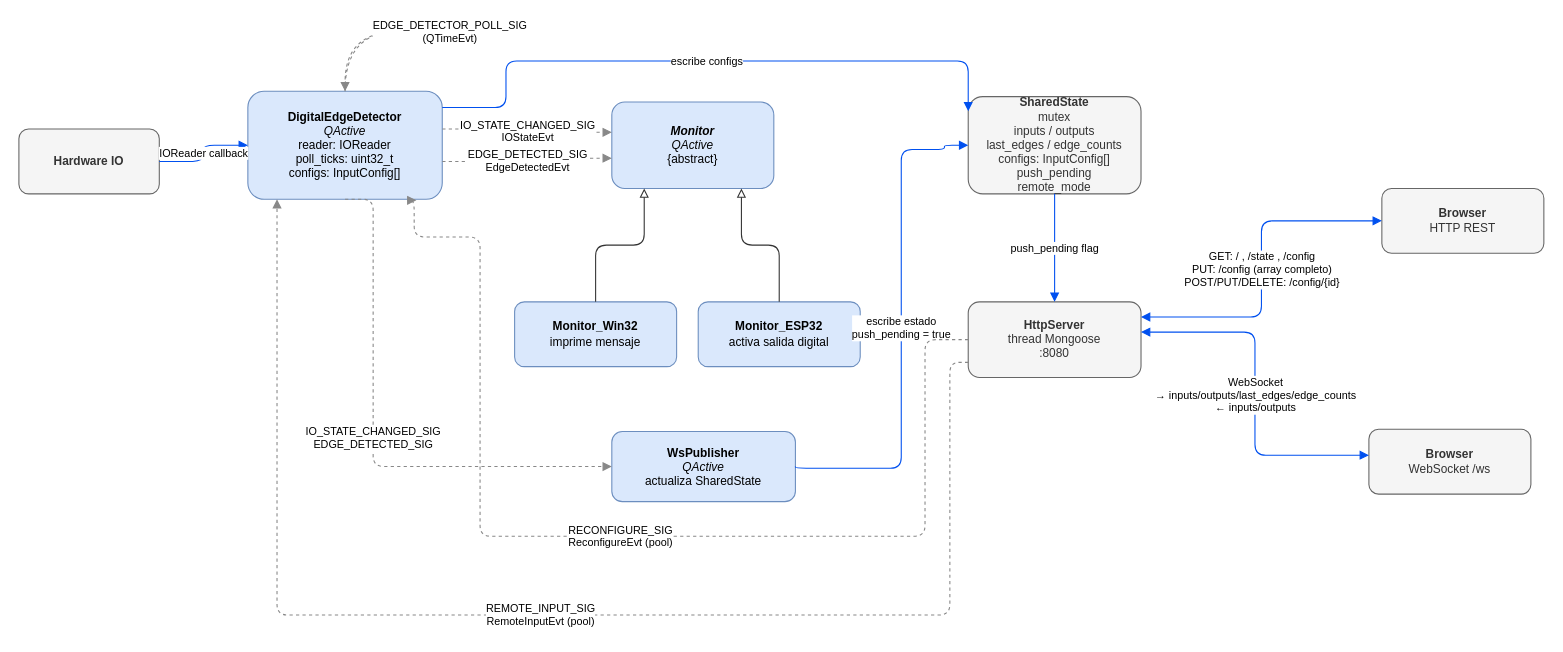
peperono/digital_inputs_detector keeps this draw.io diagram as docs/sistema.drawio. Above is the earlier version. Source tidied: cells renumbered, new cells numbered last; positions are measured from the earlier drawing's top-left corner, leaving out a move shared by most shapes. Both pictures are drawn from the tidied source at 108%, with x=0, y=0 at pixel (18, 31).
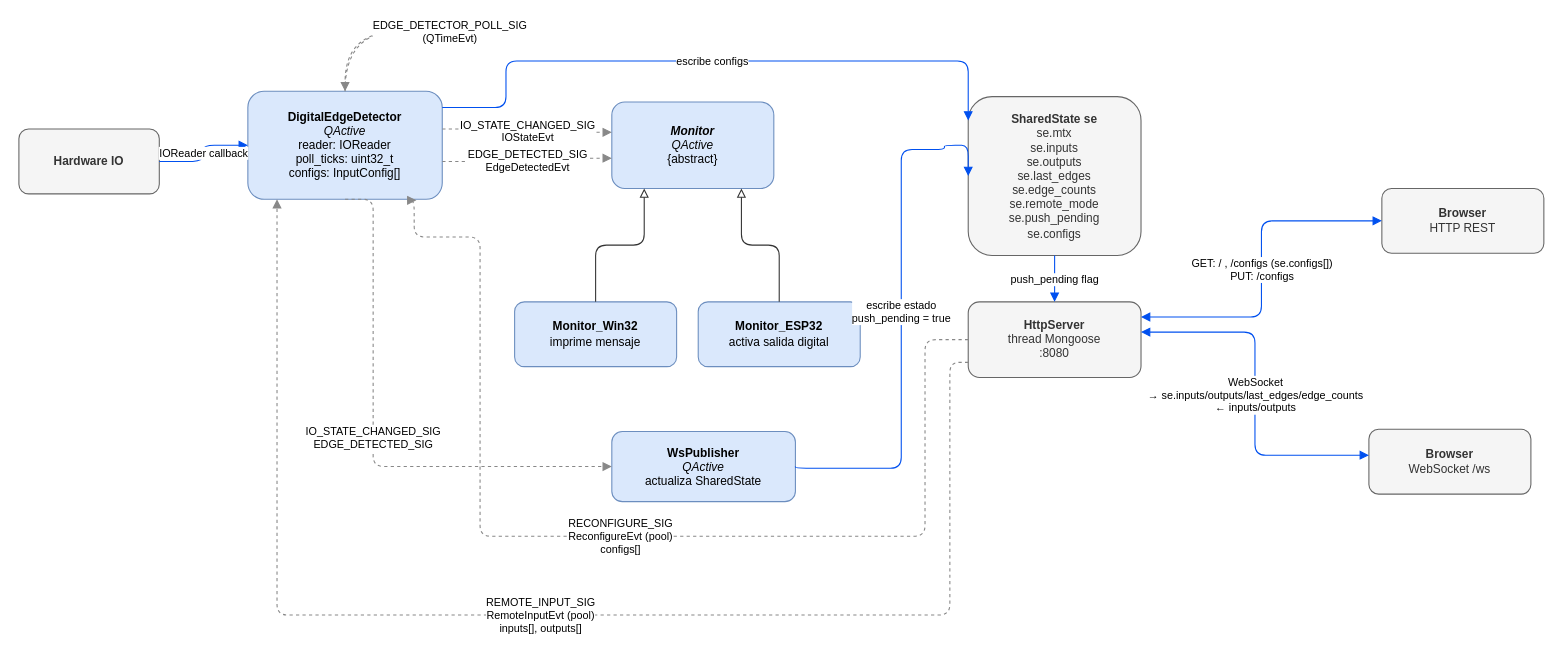
Above is the later version.

Commit message (it also covers changes not shown here):
Renombrar g_state→se, endpoints /config→/configs, actualitzar diagrama

Unchanged cells that the change refers to:
```xml
<mxCell id="3" value="&lt;b&gt;DigitalEdgeDetector&lt;/b&gt;&lt;div&gt;&lt;i&gt;QActive&lt;/i&gt;&lt;/div&gt;&lt;div&gt;reader: IOReader&lt;/div&gt;&lt;div&gt;poll_ticks: uint32_t&lt;/div&gt;&lt;div&gt;configs: InputConfig[]&lt;/div&gt;" style="rounded=1;whiteSpace=wrap;html=1;fillColor=#dae8fc;strokeColor=#6c8ebf;fontSize=11;" parent="1" vertex="1">
  <mxGeometry x="212" y="55" width="180" height="100" as="geometry" />
</mxCell>
<mxCell id="17" value="&lt;b&gt;HttpServer&lt;/b&gt;&lt;div&gt;thread Mongoose&lt;/div&gt;&lt;div&gt;:8080&lt;/div&gt;" style="rounded=1;whiteSpace=wrap;html=1;fillColor=#f5f5f5;strokeColor=#666666;fontColor=#333333;fontSize=11;" parent="1" vertex="1">
  <mxGeometry x="879" y="250" width="160" height="70" as="geometry" />
</mxCell>
<mxCell id="18" value="&lt;b&gt;Browser&lt;/b&gt;&lt;div&gt;WebSocket /ws&lt;/div&gt;" style="rounded=1;whiteSpace=wrap;html=1;fillColor=#f5f5f5;strokeColor=#666666;fontColor=#333333;fontSize=11;" parent="1" vertex="1">
  <mxGeometry x="1250" y="368" width="150" height="60" as="geometry" />
</mxCell>
<mxCell id="19" value="&lt;b&gt;Browser&lt;/b&gt;&lt;div&gt;HTTP REST&lt;/div&gt;" style="rounded=1;whiteSpace=wrap;html=1;fillColor=#f5f5f5;strokeColor=#666666;fontColor=#333333;fontSize=11;" parent="1" vertex="1">
  <mxGeometry x="1262" y="145" width="150" height="60" as="geometry" />
</mxCell>
```

Diff of the diagram source:
```diff
@@
-    <mxCell id="15" value="&lt;b&gt;SharedState&lt;/b&gt;&lt;div&gt;mutex&lt;/div&gt;&lt;div&gt;inputs / outputs&lt;/div&gt;&lt;div&gt;last_edges / edge_counts&lt;/div&gt;&lt;div&gt;configs: InputConfig[]&lt;/div&gt;&lt;div&gt;push_pending&lt;/div&gt;&lt;div&gt;remote_mode&lt;/div&gt;" style="rounded=1;whiteSpace=wrap;html=1;fillColor=#f5f5f5;strokeColor=#666666;fontColor=#333333;fontSize=11;" parent="1" vertex="1">
-      <mxGeometry x="879" y="60" width="160" height="90" as="geometry" />
+    <mxCell id="15" value="&lt;b&gt;SharedState se&lt;/b&gt;&lt;div&gt;se.mtx&lt;/div&gt;&lt;div&gt;se.inputs&lt;/div&gt;&lt;div&gt;se.outputs&lt;/div&gt;&lt;div&gt;se.last_edges&lt;/div&gt;&lt;div&gt;se.edge_counts&lt;/div&gt;&lt;div&gt;se.remote_mode&lt;/div&gt;&lt;div&gt;se.push_pending&lt;/div&gt;&lt;div&gt;se.configs&lt;/div&gt;" style="rounded=1;whiteSpace=wrap;html=1;fillColor=#f5f5f5;strokeColor=#666666;fontColor=#333333;fontSize=11;" parent="1" vertex="1">
+      <mxGeometry x="879" y="60" width="160" height="147" as="geometry" />
     </mxCell>
@@
-    <mxCell id="21" value="WebSocket&lt;div&gt;→ inputs/outputs/last_edges/edge_counts&lt;/div&gt;&lt;div&gt;← inputs/outputs&lt;/div&gt;" style="edgeStyle=orthogonalEdgeStyle;html=1;fontSize=10;strokeColor=#0050ef;startArrow=block;startFill=1;endArrow=block;endFill=1;exitX=1;exitY=0.4;exitDx=0;exitDy=0;entryX=0;entryY=0.4;entryDx=0;entryDy=0;" parent="1" edge="1" source="17" target="18">
+    <mxCell id="21" value="WebSocket&lt;div&gt;→ se.inputs/outputs/last_edges/edge_counts&lt;/div&gt;&lt;div&gt;← inputs/outputs&lt;/div&gt;" style="edgeStyle=orthogonalEdgeStyle;html=1;fontSize=10;strokeColor=#0050ef;startArrow=block;startFill=1;endArrow=block;endFill=1;exitX=1;exitY=0.4;exitDx=0;exitDy=0;entryX=0;entryY=0.4;entryDx=0;entryDy=0;" parent="1" edge="1" source="17" target="18">
       <mxGeometry relative="1" as="geometry" />
     </mxCell>
-    <mxCell id="22" value="GET: / , /state , /config&lt;div&gt;PUT: /config (array completo)&lt;/div&gt;&lt;div&gt;POST/PUT/DELETE: /config/{id}&lt;/div&gt;" style="edgeStyle=orthogonalEdgeStyle;html=1;fontSize=10;strokeColor=#0050ef;startArrow=block;startFill=1;endArrow=block;endFill=1;exitX=0;exitY=0.5;exitDx=0;exitDy=0;entryX=1;entryY=0.2;entryDx=0;entryDy=0;" parent="1" edge="1" source="19" target="17">
+    <mxCell id="22" value="GET: / , /configs (se.configs[])&lt;div&gt;PUT: /configs&lt;/div&gt;" style="edgeStyle=orthogonalEdgeStyle;html=1;fontSize=10;strokeColor=#0050ef;startArrow=block;startFill=1;endArrow=block;endFill=1;exitX=0;exitY=0.5;exitDx=0;exitDy=0;entryX=1;entryY=0.2;entryDx=0;entryDy=0;" parent="1" edge="1" source="19" target="17">
       <mxGeometry relative="1" as="geometry" />
     </mxCell>
-    <mxCell id="23" value="RECONFIGURE_SIG&lt;div&gt;ReconfigureEvt (pool)&lt;/div&gt;" style="edgeStyle=orthogonalEdgeStyle;html=1;fontSize=10;strokeColor=#888888;endArrow=block;endFill=1;dashed=1;exitX=0;exitY=0.5;exitDx=0;exitDy=0;entryX=0.867;entryY=1.01;entryDx=0;entryDy=0;entryPerimeter=0;" parent="1" edge="1" source="17" target="3">
+    <mxCell id="23" value="RECONFIGURE_SIG&lt;div&gt;ReconfigureEvt (pool)&lt;/div&gt;&lt;div&gt;configs[]&lt;/div&gt;" style="edgeStyle=orthogonalEdgeStyle;html=1;fontSize=10;strokeColor=#888888;endArrow=block;endFill=1;dashed=1;exitX=0;exitY=0.5;exitDx=0;exitDy=0;entryX=0.867;entryY=1.01;entryDx=0;entryDy=0;entryPerimeter=0;" parent="1" edge="1" source="17" target="3">
       <mxGeometry relative="1" as="geometry">
         <Array as="points">
           <mxPoint x="839" y="285" />
           <mxPoint x="839" y="467" />
           <mxPoint x="427" y="467" />
           <mxPoint x="427" y="190" />
           <mxPoint x="366" y="190" />
           <mxPoint x="366" y="156" />
         </Array>
       </mxGeometry>
     </mxCell>
@@
-    <mxCell id="25" value="REMOTE_INPUT_SIG&lt;div&gt;RemoteInputEvt (pool)&lt;/div&gt;" style="edgeStyle=orthogonalEdgeStyle;html=1;fontSize=10;strokeColor=#888888;endArrow=block;endFill=1;dashed=1;exitX=0;exitY=0.8;exitDx=0;exitDy=0;entryX=0.15;entryY=1;entryDx=0;entryDy=0;" parent="1" edge="1" source="17" target="3">
+    <mxCell id="25" value="REMOTE_INPUT_SIG&lt;div&gt;RemoteInputEvt (pool)&lt;/div&gt;&lt;div&gt;inputs[], outputs[]&lt;/div&gt;" style="edgeStyle=orthogonalEdgeStyle;html=1;fontSize=10;strokeColor=#888888;endArrow=block;endFill=1;dashed=1;exitX=0;exitY=0.8;exitDx=0;exitDy=0;entryX=0.15;entryY=1;entryDx=0;entryDy=0;" parent="1" edge="1" source="17" target="3">
       <mxGeometry relative="1" as="geometry">
         <Array as="points">
           <mxPoint x="862" y="306" />
           <mxPoint x="862" y="540" />
           <mxPoint x="239" y="540" />
         </Array>
       </mxGeometry>
     </mxCell>
```
